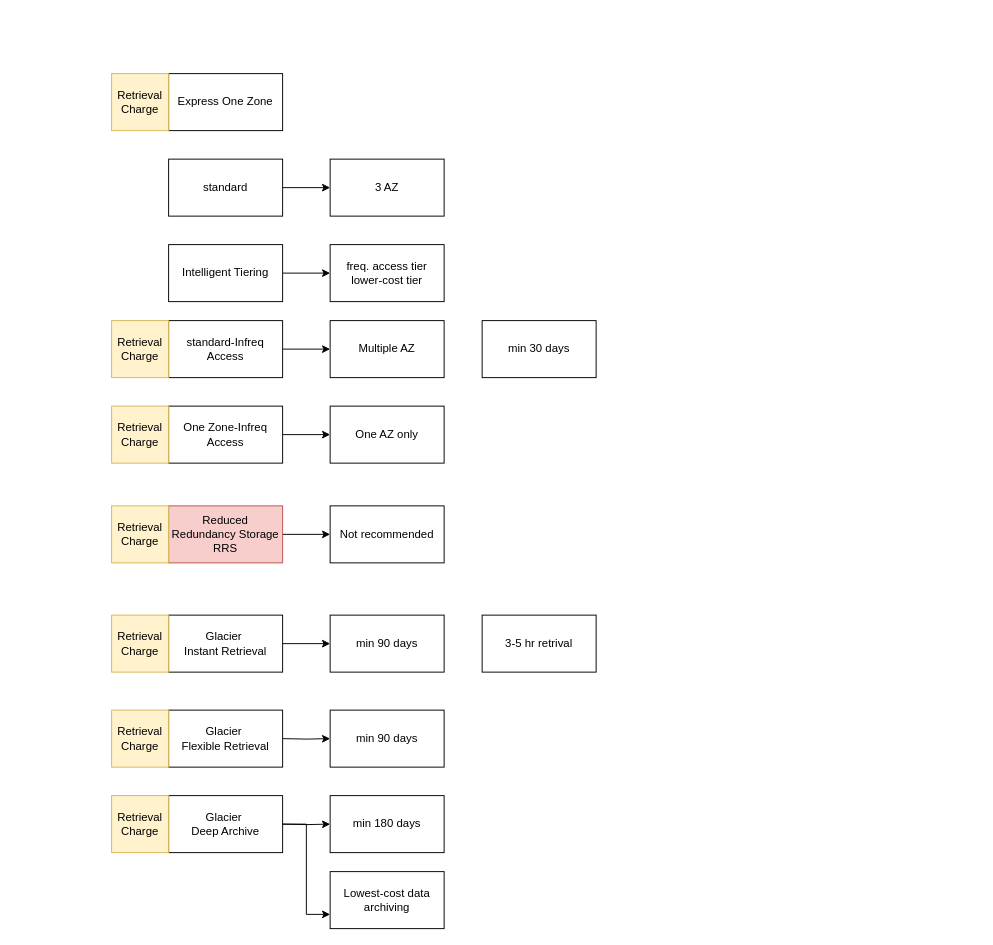
cmkam/architecture keeps this draw.io diagram as page "S3" (1 of 2) of drawio/aws/s3.drawio. Above is the earlier version. Source tidied: cells renumbered, new cells numbered last; positions are measured from the earlier drawing's top-left corner, leaving out a move shared by most shapes. Both pictures are drawn from the tidied source at 95%, with x=0, y=0 at pixel (111, 73).
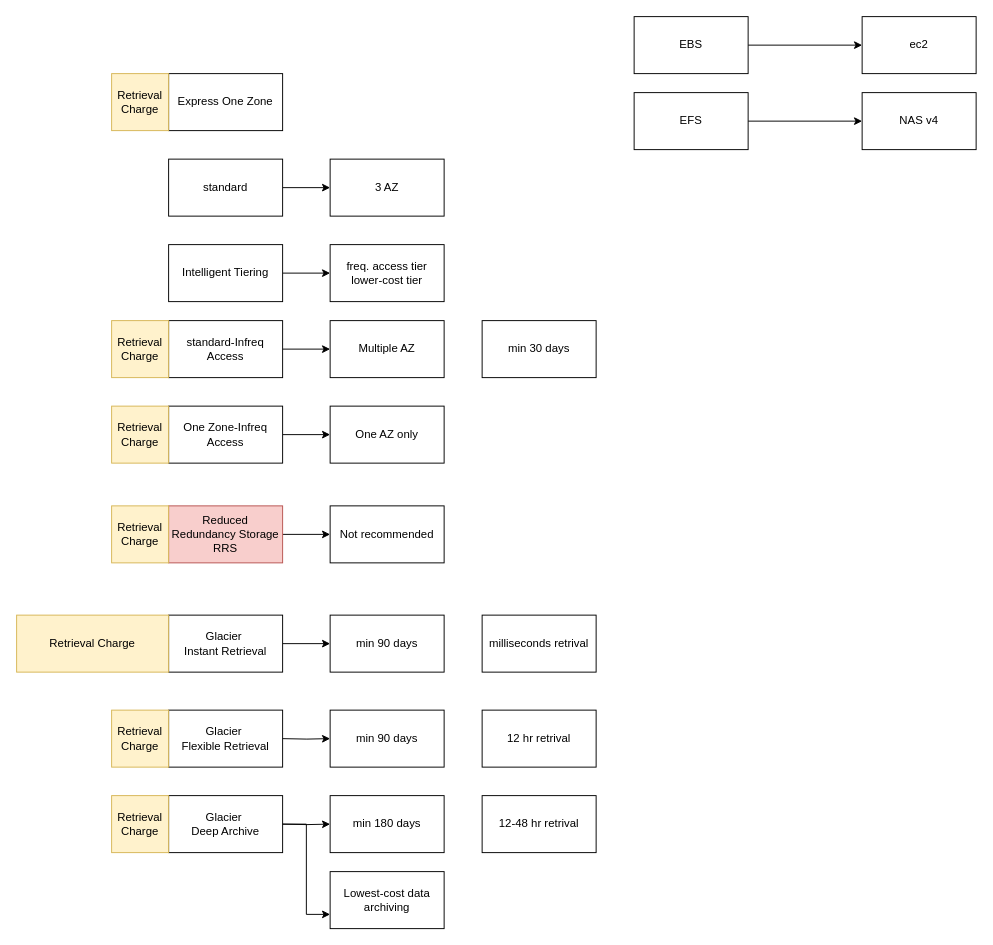
Above is the later version.

What changed in the source:
```diff
@@
     <mxCell id="32" value="Retrieval Charge" style="whiteSpace=wrap;html=1;fillColor=#fff2cc;strokeColor=#d6b656;" parent="1" vertex="1">
-      <mxGeometry y="570" width="60" height="60" as="geometry" />
+      <mxGeometry x="-100" y="570" width="160" height="60" as="geometry" />
     </mxCell>
@@
-    <mxCell id="35" value="3-5 hr retrival" style="rounded=0;whiteSpace=wrap;html=1;" parent="1" vertex="1">
-      <mxGeometry x="390" y="570" width="120" height="60" as="geometry" />
+    <mxCell id="35" value="12-48 hr retrival" style="rounded=0;whiteSpace=wrap;html=1;" parent="1" vertex="1">
+      <mxGeometry x="390" y="760" width="120" height="60" as="geometry" />
     </mxCell>
@@
+    <mxCell id="38" style="edgeStyle=orthogonalEdgeStyle;rounded=0;jettySize=auto;html=1;entryX=0;entryY=0.5;entryDx=0;entryDy=0;" parent="1" edge="1" source="39" target="40">
+      <mxGeometry relative="1" as="geometry" />
+    </mxCell>
+    <mxCell id="39" value="EBS" style="rounded=0;whiteSpace=wrap;html=1;" parent="1" vertex="1">
+      <mxGeometry x="550" y="-60" width="120" height="60" as="geometry" />
+    </mxCell>
+    <mxCell id="40" value="ec2" style="rounded=0;whiteSpace=wrap;html=1;" parent="1" vertex="1">
+      <mxGeometry x="790" y="-60" width="120" height="60" as="geometry" />
+    </mxCell>
+    <mxCell id="41" style="edgeStyle=orthogonalEdgeStyle;rounded=0;jettySize=auto;html=1;entryX=0;entryY=0.5;entryDx=0;entryDy=0;" parent="1" edge="1" source="42" target="43">
+      <mxGeometry relative="1" as="geometry" />
+    </mxCell>
+    <mxCell id="42" value="EFS" style="rounded=0;whiteSpace=wrap;html=1;" parent="1" vertex="1">
+      <mxGeometry x="550" y="20" width="120" height="60" as="geometry" />
+    </mxCell>
+    <mxCell id="43" value="NAS v4" style="rounded=0;whiteSpace=wrap;html=1;" parent="1" vertex="1">
+      <mxGeometry x="790" y="20" width="120" height="60" as="geometry" />
+    </mxCell>
+    <mxCell id="44" value="milliseconds retrival" style="rounded=0;whiteSpace=wrap;html=1;" parent="1" vertex="1">
+      <mxGeometry x="390" y="570" width="120" height="60" as="geometry" />
+    </mxCell>
+    <mxCell id="45" value="12 hr retrival" style="rounded=0;whiteSpace=wrap;html=1;" parent="1" vertex="1">
+      <mxGeometry x="390" y="670" width="120" height="60" as="geometry" />
+    </mxCell>
```
